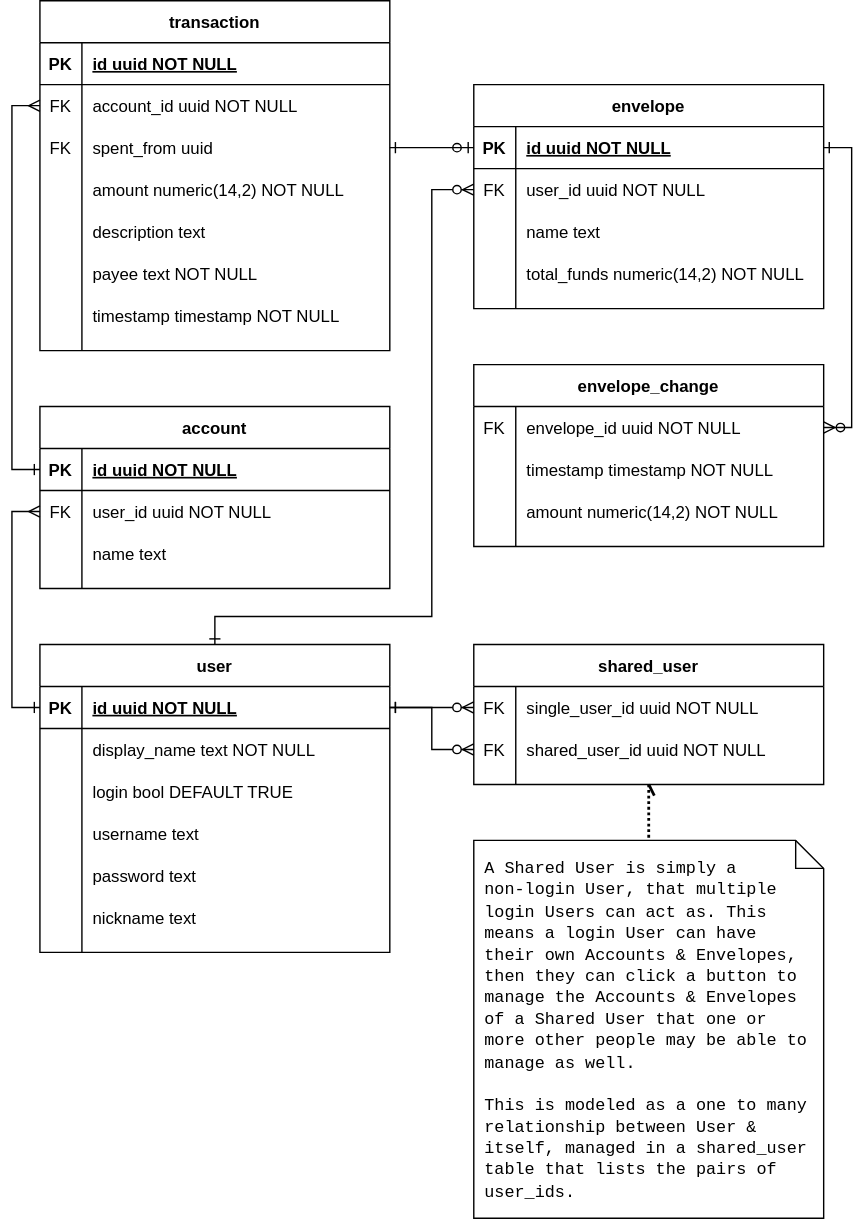
This is data-er.svg from andrew-chang-dewitt/hoops-api, a draw.io export, as it was before one commit. Source tidied: cells renumbered, new cells last; positions are measured from the earlier drawing's top-left corner, leaving out a move shared by most shapes.
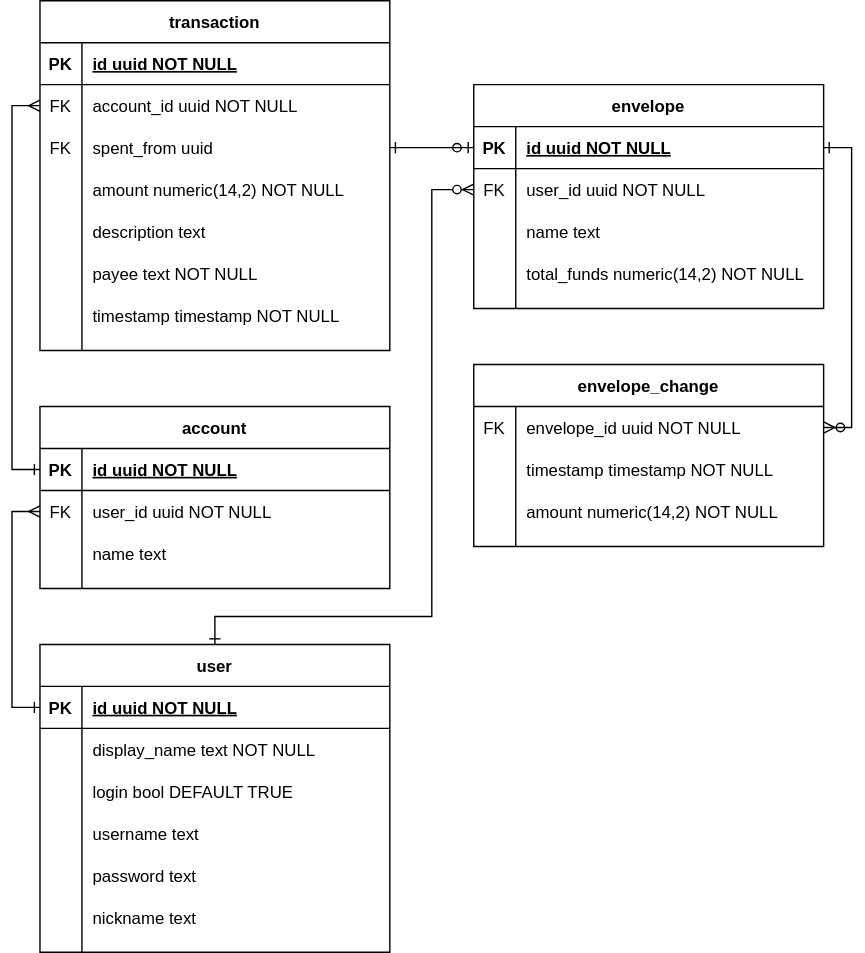
Above is the later version.

Commit message:
Remove shared user stretch goal.

What changed in the source:
```diff
@@ -255,48 +255,10 @@
         </Array>
       </mxGeometry>
     </mxCell>
-    <mxCell id="81" style="edgeStyle=orthogonalEdgeStyle;rounded=0;jumpStyle=arc;jettySize=auto;html=1;exitX=0.5;exitY=1;exitDx=0;exitDy=0;entryX=0.5;entryY=0;entryDx=0;entryDy=0;entryPerimeter=0;dashed=1;dashPattern=1 1;labelBackgroundColor=default;fontColor=default;startArrow=openAsync;startFill=0;endArrow=none;endFill=0;strokeColor=default;strokeWidth=2;" parent="1" edge="1" source="82" target="91">
-      <mxGeometry relative="1" as="geometry" />
+    <mxCell id="81" style="edgeStyle=orthogonalEdgeStyle;rounded=0;jumpStyle=arc;jettySize=auto;html=1;exitX=0.5;exitY=1;exitDx=0;exitDy=0;entryX=0.5;entryY=0;entryDx=0;entryDy=0;entryPerimeter=0;dashed=1;dashPattern=1 1;labelBackgroundColor=default;fontColor=default;startArrow=openAsync;startFill=0;endArrow=none;endFill=0;strokeColor=default;strokeWidth=2;" parent="1" edge="1" target="x">
+      <mxGeometry relative="1" as="geometry">
+        <mxPoint x="455" y="560" as="sourcePoint" />
+      </mxGeometry>
     </mxCell>
-    <mxCell id="82" value="shared_user" style="shape=table;startSize=30;rowLines=0;fontStyle=1;align=center;fillColor=none;strokeColor=default;fontColor=default;" parent="1" vertex="1">
-      <mxGeometry x="330" y="460" width="250" height="100" as="geometry" />
-    </mxCell>
-    <mxCell id="83" style="shape=partialRectangle;fillColor=none;points=[[0,0.5],[1,0.5]];portConstraint=eastwest;top=0;left=0;right=0;bottom=0;strokeColor=default;fontColor=default;" parent="82" vertex="1">
-      <mxGeometry y="30" width="250" height="30" as="geometry" />
-    </mxCell>
-    <mxCell id="84" value="FK" style="shape=partialRectangle;overflow=hidden;fillColor=none;top=0;left=0;bottom=0;right=0;strokeColor=default;fontColor=default;" parent="83" vertex="1">
-      <mxGeometry width="30" height="30" as="geometry" />
-    </mxCell>
-    <mxCell id="85" value="single_user_id uuid NOT NULL" style="shape=partialRectangle;overflow=hidden;fillColor=none;top=0;left=0;bottom=0;right=0;align=left;spacingLeft=6;strokeColor=default;fontColor=default;" parent="83" vertex="1">
-      <mxGeometry x="30" width="220" height="30" as="geometry" />
-    </mxCell>
-    <mxCell id="86" style="shape=partialRectangle;fillColor=none;points=[[0,0.5],[1,0.5]];portConstraint=eastwest;top=0;left=0;right=0;bottom=0;strokeColor=default;fontColor=default;" parent="82" vertex="1">
-      <mxGeometry y="60" width="250" height="30" as="geometry" />
-    </mxCell>
-    <mxCell id="87" value="FK" style="shape=partialRectangle;overflow=hidden;fillColor=none;top=0;left=0;bottom=0;right=0;strokeColor=default;fontColor=default;" parent="86" vertex="1">
-      <mxGeometry width="30" height="30" as="geometry" />
-    </mxCell>
-    <mxCell id="88" value="shared_user_id uuid NOT NULL" style="shape=partialRectangle;overflow=hidden;fillColor=none;top=0;left=0;bottom=0;right=0;align=left;spacingLeft=6;strokeColor=default;fontColor=default;" parent="86" vertex="1">
-      <mxGeometry x="30" width="220" height="30" as="geometry" />
-    </mxCell>
-    <mxCell id="89" style="edgeStyle=orthogonalEdgeStyle;rounded=0;jettySize=auto;html=1;entryX=1;entryY=0.5;entryDx=0;entryDy=0;labelBackgroundColor=default;fontColor=default;startArrow=ERzeroToMany;startFill=1;endArrow=ERone;endFill=0;strokeColor=default;exitX=0;exitY=0.5;exitDx=0;exitDy=0;jumpStyle=arc;" parent="1" edge="1" source="83" target="36">
-      <mxGeometry relative="1" as="geometry">
-        <Array as="points">
-          <mxPoint x="320" y="505" />
-          <mxPoint x="320" y="505" />
-        </Array>
-      </mxGeometry>
-    </mxCell>
-    <mxCell id="90" style="edgeStyle=orthogonalEdgeStyle;rounded=0;jettySize=auto;html=1;exitX=0;exitY=0.5;exitDx=0;exitDy=0;entryX=1;entryY=0.5;entryDx=0;entryDy=0;labelBackgroundColor=default;fontColor=default;startArrow=ERzeroToMany;startFill=1;endArrow=ERone;endFill=0;strokeColor=default;jumpStyle=arc;" parent="1" edge="1" source="86" target="36">
-      <mxGeometry relative="1" as="geometry">
-        <Array as="points">
-          <mxPoint x="300" y="535" />
-          <mxPoint x="300" y="505" />
-        </Array>
-      </mxGeometry>
-    </mxCell>
-    <mxCell id="91" value="&lt;font face=&quot;Courier New&quot;&gt;A Shared User is simply a &lt;br&gt;non-login User, that multiple login Users can act as. This means a login User can have their own Accounts &amp;amp; Envelopes, then they can click a button to manage the Accounts &amp;amp; Envelopes of a Shared User that one or more other people may be able to manage as well.&lt;br&gt;&lt;br&gt;This is modeled as a one to many relationship between User &amp;amp; itself, managed in a shared_user table that lists the pairs of user_ids.&amp;nbsp;&lt;br&gt;&lt;/font&gt;" style="shape=note;size=20;whiteSpace=wrap;html=1;fillColor=none;align=left;verticalAlign=top;perimeterSpacing=0;spacingTop=6;spacingLeft=6;spacingBottom=6;spacingRight=6;strokeColor=default;fontColor=default;" parent="1" vertex="1">
-      <mxGeometry x="330" y="600" width="250" height="270" as="geometry" />
-    </mxCell>
   </root>
 </mxGraphModel>
```
